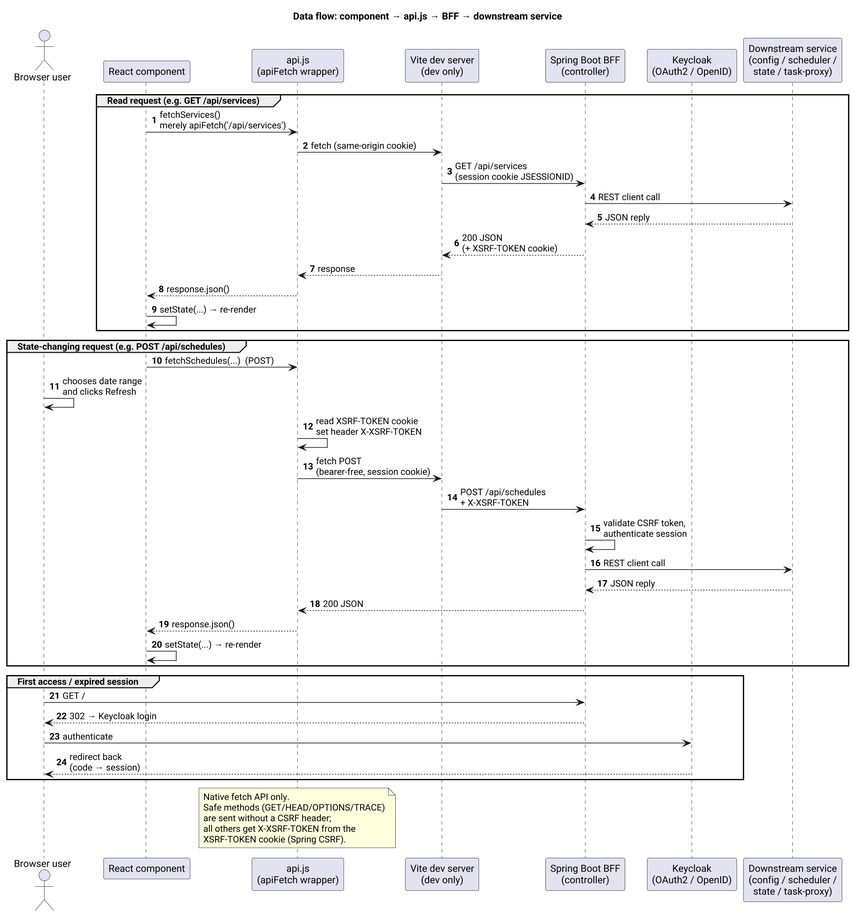
Before: lakehouse-ui-svc/doc/arch/diagrams/data-flow.png, a diagram exported from PlantUML (zaytsevdmitry/lakehouse).
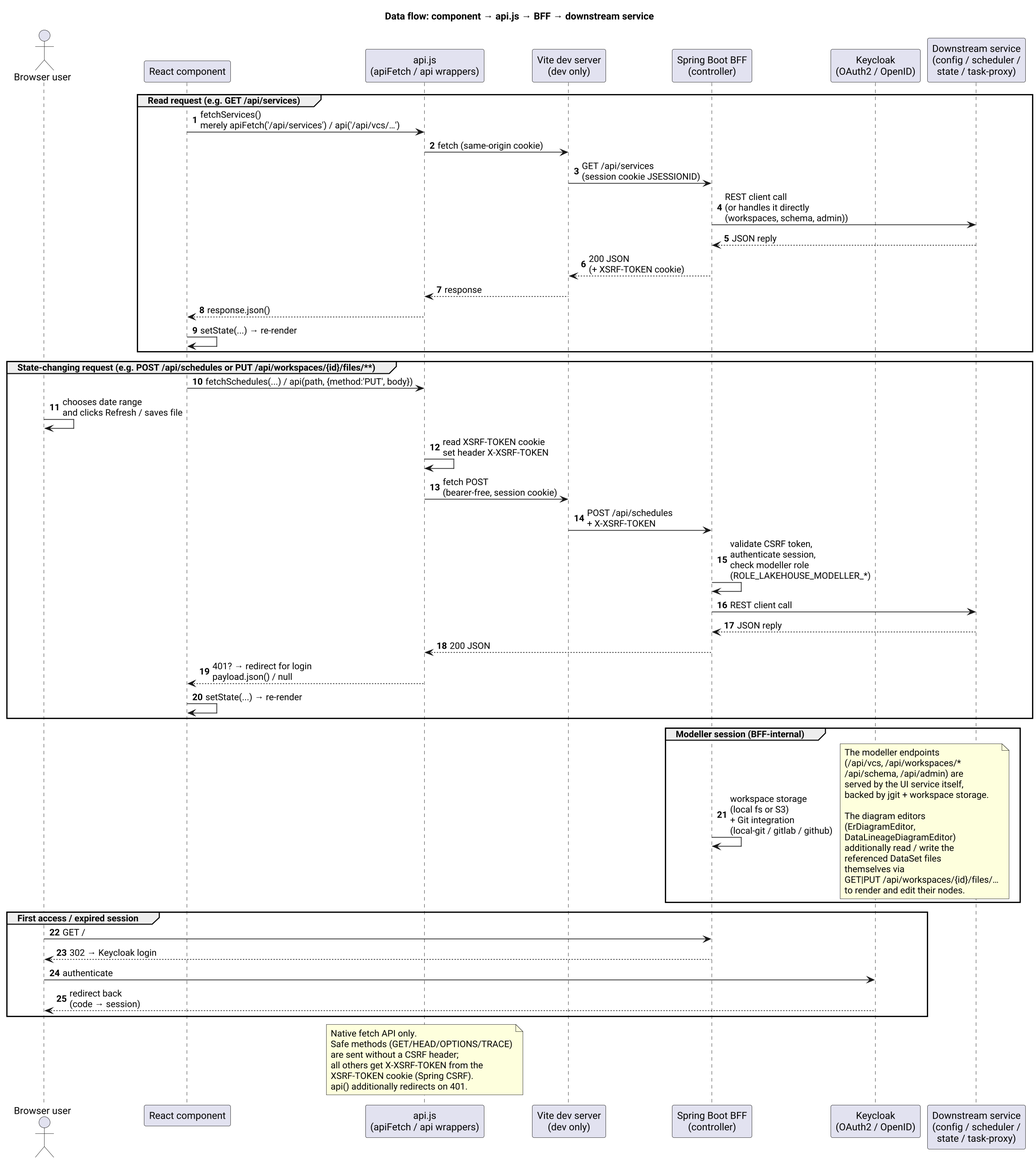
Later version of the same file.

The edit, as a diff of the source:
```diff
@@ -7,17 +7,17 @@
 
 actor "Browser user" as user
 participant "React component" as comp
-participant "api.js\n(apiFetch wrapper)" as api
+participant "api.js\n(apiFetch / api wrappers)" as api
 participant "Vite dev server\n(dev only)" as vite
 participant "Spring Boot BFF\n(controller)" as bff
 participant "Keycloak\n(OAuth2 / OpenID)" as kc
 participant "Downstream service\n(config / scheduler /\nstate / task-proxy)" as ds
 
 group Read request (e.g. GET /api/services)
-  comp -> api : fetchServices()\nmerely apiFetch('/api/services')
+  comp -> api : fetchServices()\nmerely apiFetch('/api/services') / api('/api/vcs/…')
   api -> vite : fetch (same-origin cookie)
   vite -> bff : GET /api/services\n(session cookie JSESSIONID)
-  bff -> ds : REST client call
+  bff -> ds : REST client call\n(or handles it directly\n(workspaces, schema, admin))
   ds --> bff : JSON reply
   bff --> vite : 200 JSON\n(+ XSRF-TOKEN cookie)
   vite --> api : response
@@ -25,18 +25,38 @@
   comp -> comp : setState(...) → re-render
 end
 
-group State-changing request (e.g. POST /api/schedules)
-  comp -> api : fetchSchedules(...)  (POST)
-  user -> user : chooses date range\nand clicks Refresh
+group State-changing request (e.g. POST /api/schedules or PUT /api/workspaces/{id}/files/**)
+  comp -> api : fetchSchedules(...) / api(path, {method:'PUT', body})
+  user -> user : chooses date range\nand clicks Refresh / saves file
   api -> api : read XSRF-TOKEN cookie\nset header X-XSRF-TOKEN
   api -> vite : fetch POST\n(bearer-free, session cookie)
   vite -> bff : POST /api/schedules\n+ X-XSRF-TOKEN
-  bff -> bff : validate CSRF token,\nauthenticate session
+  bff -> bff : validate CSRF token,\nauthenticate session,\ncheck modeller role\n(ROLE_LAKEHOUSE_MODELLER_*)
   bff -> ds : REST client call
   ds --> bff : JSON reply
   bff --> api : 200 JSON
-  api --> comp : response.json()
+  api --> comp : 401? → redirect for login\npayload.json() / null
   comp -> comp : setState(...) → re-render
+end
+
+group Modeller session (BFF-internal)
+  bff -> bff : workspace storage\n(local fs or S3)\n+ Git integration\n(local-git / gitlab / github)
+  note right
+    The modeller endpoints
+    (/api/vcs, /api/workspaces/*
+    /api/schema, /api/admin) are
+    served by the UI service itself,
+    backed by jgit + workspace storage.
+
+    The diagram editors
+    (ErDiagramEditor,
+    DataLineageDiagramEditor)
+    additionally read / write the
+    referenced DataSet files
+    themselves via
+    GET|PUT /api/workspaces/{id}/files/…
+    to render and edit their nodes.
+  end note
 end
 
 group First access / expired session
@@ -52,5 +72,6 @@
   are sent without a CSRF header;
   all others get X-XSRF-TOKEN from the
   XSRF-TOKEN cookie (Spring CSRF).
+  api() additionally redirects on 401.
 end note
 @enduml
```
